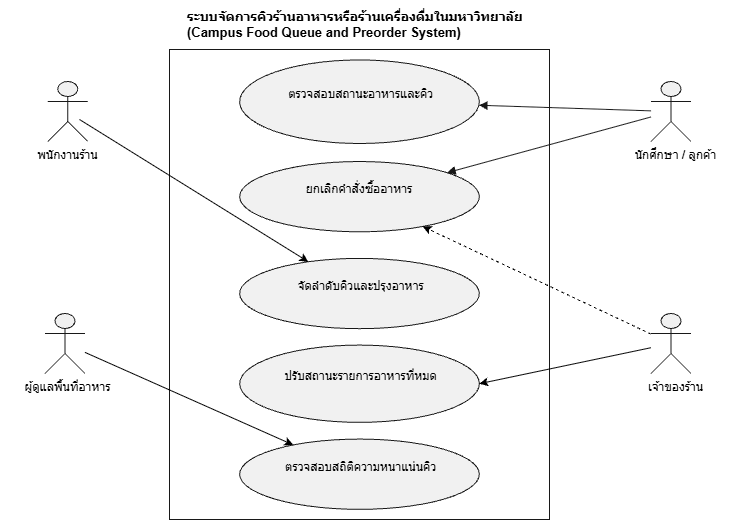
This is diagrams/use-case/06-requirement-models.drawio.png from jirayuwongtom/ENGSE206-Group04-Campus-food-queue-and-preorder, a draw.io export, as it was before one commit. Source tidied: cells renumbered, new cells last; positions are measured from the earlier drawing's top-left corner, leaving out a move shared by most shapes.
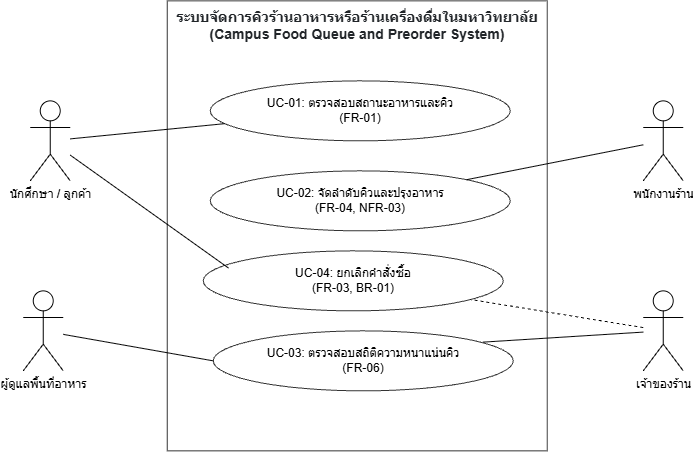
After the change.

Commit message:
docs: update links for use case diagram to include PNG and Drawio formats

What changed in the source:
```diff
@@ -2,73 +2,53 @@
   <root>
     <mxCell id="0" />
     <mxCell id="1" parent="0" />
-    <mxCell id="2" style="group;transparentBounds=1;editIcon=1;lockedGroup=0;groupPadding=10;" parent="1" vertex="1">
-      <mxGeometry x="200" width="616.5" height="600" as="geometry" />
-    </mxCell>
-    <mxCell id="3" style="rounded=0;fillColor=none;strokeColor=#181818;" parent="2" vertex="1">
-      <mxGeometry x="-40" y="120" width="380" height="470" as="geometry" />
-    </mxCell>
-    <mxCell id="4" value=" ตรวจสอบสถานะอาหารและคิว&#10;" style="ellipse;fillColor=#F1F1F1;strokeColor=#181818;whiteSpace=wrap;fontColor=#000000;fontSize=12;" parent="3" vertex="1">
-      <mxGeometry x="70.2" y="10.4" width="239.7" height="83.6" as="geometry" />
-    </mxCell>
-    <mxCell id="5" value="ยกเลิกคำสั่งซื้ออาหาร&#10;" style="ellipse;fillColor=#F1F1F1;strokeColor=#181818;whiteSpace=wrap;fontColor=#000000;fontSize=12;" parent="3" vertex="1">
-      <mxGeometry x="70.2" y="112" width="239.7" height="70.3" as="geometry" />
-    </mxCell>
-    <mxCell id="6" value=" จัดลำดับคิวและปรุงอาหาร&#10;" style="ellipse;fillColor=#F1F1F1;strokeColor=#181818;whiteSpace=wrap;fontColor=#000000;fontSize=12;" parent="3" vertex="1">
-      <mxGeometry x="70.2" y="208.9" width="239.7" height="70.3" as="geometry" />
-    </mxCell>
-    <mxCell id="7" value=" ปรับสถานะรายการอาหารที่หมด&#10;" style="ellipse;fillColor=#F1F1F1;strokeColor=#181818;whiteSpace=wrap;fontColor=#000000;fontSize=12;" parent="3" vertex="1">
-      <mxGeometry x="70.2" y="295.6" width="239.7" height="77.3" as="geometry" />
-    </mxCell>
-    <mxCell id="8" value=" ตรวจสอบสถิติความหนาแน่นคิว&#10;" style="ellipse;fillColor=#F1F1F1;strokeColor=#181818;whiteSpace=wrap;fontColor=#000000;fontSize=12;" parent="3" vertex="1">
-      <mxGeometry x="70.2" y="389.6" width="239.7" height="70.3" as="geometry" />
-    </mxCell>
+    <mxCell id="24" value="&lt;span style=&quot;color: rgba(0, 0, 0, 0); font-family: monospace; font-size: 0px; font-weight: 400; text-align: start; white-space: nowrap;&quot;&gt;%3CmxGraphModel%3E%3Croot%3E%3CmxCell%20id%3D%220%22%2F%3E%3CmxCell%20id%3D%221%22%20parent%3D%220%22%2F%3E%3CmxCell%20id%3D%222%22%20parent%3D%221%22%20style%3D%22text%3Bhtml%3D1%3BwhiteSpace%3Dwrap%3BstrokeColor%3Dnone%3BfillColor%3Dnone%3Balign%3Dcenter%3BverticalAlign%3Dmiddle%3Brounded%3D0%3B%22%20value%3D%22%26lt%3Bspan%20style%3D%26quot%3Bcolor%3A%20rgb(33%2C%2037%2C%2041)%3B%20font-size%3A%2014px%3B%20font-weight%3A%20700%3B%26quot%3B%26gt%3B%E0%B8%A3%E0%B8%B0%E0%B8%9A%E0%B8%9A%E0%B8%88%E0%B8%B1%E0%B8%94%E0%B8%81%E0%B8%B2%E0%B8%A3%E0%B8%84%E0%B8%B4%E0%B8%A7%E0%B8%A3%E0%B9%89%E0%B8%B2%E0%B8%99%E0%B8%AD%E0%B8%B2%E0%B8%AB%E0%B8%B2%E0%B8%A3%E0%B8%AB%E0%B8%A3%E0%B8%B7%E0%B8%AD%E0%B8%A3%E0%B9%89%E0%B8%B2%E0%B8%99%E0%B9%80%E0%B8%84%E0%B8%A3%E0%B8%B7%E0%B9%88%E0%B8%AD%E0%B8%87%E0%B8%94%E0%B8%B7%E0%B9%88%E0%B8%A1%E0%B9%83%E0%B8%99%E0%B8%A1%E0%B8%AB%E0%B8%B2%E0%B8%A7%E0%B8%B4%E0%B8%97%E0%B8%A2%E0%B8%B2%E0%B8%A5%E0%B8%B1%E0%B8%A2%26lt%3B%2Fspan%26gt%3B%26lt%3Bbr%20style%3D%26quot%3Bcolor%3A%20rgb(33%2C%2037%2C%2041)%3B%20font-size%3A%2014px%3B%20font-weight%3A%20700%3B%26quot%3B%26gt%3B%26lt%3Bspan%20style%3D%26quot%3Bcolor%3A%20rgb(33%2C%2037%2C%2041)%3B%20font-size%3A%2014px%3B%20font-weight%3A%20700%3B%26quot%3B%26gt%3B(Campus%20Food%20Queue%20and%20Preorder%20System)%26lt%3B%2Fspan%26gt%3B%22%20vertex%3D%221%22%3E%3CmxGeometry%20height%3D%2230%22%20width%3D%22500%22%20x%3D%22340%22%20y%3D%22230%22%20as%3D%22geometry%22%2F%3E%3C%2FmxCell%3E%3C%2Froot%3E%3C%2FmxGraphModel%3E&lt;/span&gt;&lt;span style=&quot;color: rgba(0, 0, 0, 0); font-family: monospace; font-size: 0px; font-weight: 400; text-align: start; white-space: nowrap;&quot;&gt;%3CmxGraphModel%3E%3Croot%3E%3CmxCell%20id%3D%220%22%2F%3E%3CmxCell%20id%3D%221%22%20parent%3D%220%22%2F%3E%3CmxCell%20id%3D%222%22%20parent%3D%221%22%20style%3D%22text%3Bhtml%3D1%3BwhiteSpace%3Dwrap%3BstrokeColor%3Dnone%3BfillColor%3Dnone%3Balign%3Dcenter%3BverticalAlign%3Dmiddle%3Brounded%3D0%3B%22%20value%3D%22%26lt%3Bspan%20style%3D%26quot%3Bcolor%3A%20rgb(33%2C%2037%2C%2041)%3B%20font-size%3A%2014px%3B%20font-weight%3A%20700%3B%26quot%3B%26gt%3B%E0%B8%A3%E0%B8%B0%E0%B8%9A%E0%B8%9A%E0%B8%88%E0%B8%B1%E0%B8%94%E0%B8%81%E0%B8%B2%E0%B8%A3%E0%B8%84%E0%B8%B4%E0%B8%A7%E0%B8%A3%E0%B9%89%E0%B8%B2%E0%B8%99%E0%B8%AD%E0%B8%B2%E0%B8%AB%E0%B8%B2%E0%B8%A3%E0%B8%AB%E0%B8%A3%E0%B8%B7%E0%B8%AD%E0%B8%A3%E0%B9%89%E0%B8%B2%E0%B8%99%E0%B9%80%E0%B8%84%E0%B8%A3%E0%B8%B7%E0%B9%88%E0%B8%AD%E0%B8%87%E0%B8%94%E0%B8%B7%E0%B9%88%E0%B8%A1%E0%B9%83%E0%B8%99%E0%B8%A1%E0%B8%AB%E0%B8%B2%E0%B8%A7%E0%B8%B4%E0%B8%97%E0%B8%A2%E0%B8%B2%E0%B8%A5%E0%B8%B1%E0%B8%A2%26lt%3B%2Fspan%26gt%3B%26lt%3Bbr%20style%3D%26quot%3Bcolor%3A%20rgb(33%2C%2037%2C%2041)%3B%20font-size%3A%2014px%3B%20font-weight%3A%20700%3B%26quot%3B%26gt%3B%26lt%3Bspan%20style%3D%26quot%3Bcolor%3A%20rgb(33%2C%2037%2C%2041)%3B%20font-size%3A%2014px%3B%20font-weight%3A%20700%3B%26quot%3B%26gt%3B(Campus%20Food%20Queue%20and%20Preorder%20System)%26lt%3B%2Fspan%26gt%3B%22%20vertex%3D%221%22%3E%3CmxGeometry%20height%3D%2230%22%20width%3D%22500%22%20x%3D%22340%22%20y%3D%22230%22%20as%3D%22geometry%22%2F%3E%3C%2FmxCell%3E%3C%2Froot%3E%3C%2FmxGraphModel%3E&lt;/span&gt;" style="shape=rect;html=1;whiteSpace=wrap;align=center;verticalAlign=top;fontStyle=1;fontSize=14;fillColor=#FFFFFF;strokeColor=#333333;dashed=0;" parent="1" vertex="1">
+      <mxGeometry x="428" y="-920" width="380" height="450" as="geometry" />
+    </mxCell>
-    <mxCell id="9" value="ระบบจัดการคิวร้านอาหารหรือร้านเครื่องดื่มในมหาวิทยาลัย&#10;(Campus Food Queue and Preorder System)" style="text;html=1;fillColor=none;strokeColor=none;fontColor=#000000;fontSize=13;fontStyle=1;align=left;verticalAlign=middle;spacingLeft=6;" parent="2" vertex="1">
-      <mxGeometry x="-30" y="80" width="350" height="30" as="geometry" />
+    <mxCell id="9" value="&lt;span style=&quot;color: rgb(33, 37, 41); font-size: 14px; font-weight: 700;&quot;&gt;ระบบจัดการคิวร้านอาหารหรือร้านเครื่องดื่มในมหาวิทยาลัย&lt;/span&gt;&lt;br style=&quot;color: rgb(33, 37, 41); font-size: 14px; font-weight: 700;&quot;&gt;&lt;span style=&quot;color: rgb(33, 37, 41); font-size: 14px; font-weight: 700;&quot;&gt;(Campus Food Queue and Preorder System)&lt;/span&gt;" style="text;html=1;whiteSpace=wrap;strokeColor=none;fillColor=#FFFFFF;align=center;verticalAlign=middle;rounded=0;" parent="1" vertex="1">
+      <mxGeometry x="431" y="-910" width="374" height="30" as="geometry" />
     </mxCell>
-    <mxCell id="10" style="shape=umlActor;html=1;fillColor=#F1F1F1;strokeColor=#181818;fontColor=#000000;fontSize=12;" parent="2" vertex="1">
-      <mxGeometry x="441.5" y="152" width="40" height="60" as="geometry" />
-    </mxCell>
-    <mxCell id="11" value="นักศึกษา / ลูกค้า&lt;div&gt;&lt;br/&gt;&lt;/div&gt;" style="text;html=1;align=center;verticalAlign=top;fontColor=#000000;fontSize=12;" parent="2" vertex="1">
-      <mxGeometry x="400" y="212" width="131.5" height="46" as="geometry" />
+    <mxCell id="11" value="นักศึกษา / ลูกค้า" style="shape=umlActor;verticalLabelPosition=bottom;verticalAlign=top;html=1;outlineConnect=0;fillColor=#FFFFFF;" parent="1" vertex="1">
+      <mxGeometry x="291" y="-820" width="40" height="80" as="geometry" />
     </mxCell>
-    <mxCell id="12" style="shape=umlActor;html=1;fillColor=#F1F1F1;strokeColor=#181818;fontColor=#000000;fontSize=12;" parent="2" vertex="1">
-      <mxGeometry x="-161.8" y="152" width="40" height="60" as="geometry" />
-    </mxCell>
-    <mxCell id="13" value="พนักงานร้าน&lt;div&gt;&lt;br/&gt;&lt;/div&gt;" style="text;html=1;align=center;verticalAlign=top;fontColor=#000000;fontSize=12;" parent="2" vertex="1">
-      <mxGeometry x="-196.2" y="212" width="109" height="40.9" as="geometry" />
+    <mxCell id="13" value="พนักงานร้าน" style="shape=umlActor;verticalLabelPosition=bottom;verticalAlign=top;html=1;outlineConnect=0;fillColor=#FFFFFF;" parent="1" vertex="1">
+      <mxGeometry x="904" y="-820" width="40" height="80" as="geometry" />
     </mxCell>
-    <mxCell id="14" style="rounded=0;jettySize=auto;html=1;entryX=1;entryY=0.5;entryDx=0;entryDy=0;" parent="2" edge="1" source="16" target="7">
-      <mxGeometry relative="1" as="geometry" />
-    </mxCell>
-    <mxCell id="15" style="rounded=0;jettySize=auto;html=1;dashed=1;" parent="2" edge="1" source="16" target="5">
-      <mxGeometry relative="1" as="geometry" />
-    </mxCell>
-    <mxCell id="16" style="shape=umlActor;html=1;fillColor=#F1F1F1;strokeColor=#181818;fontColor=#000000;fontSize=12;" parent="2" vertex="1">
-      <mxGeometry x="441.5" y="384" width="40" height="60" as="geometry" />
-    </mxCell>
-    <mxCell id="17" value="เจ้าของร้าน&lt;div&gt;&lt;br/&gt;&lt;/div&gt;" style="text;html=1;align=center;verticalAlign=top;fontColor=#000000;fontSize=12;" parent="2" vertex="1">
-      <mxGeometry x="411.2" y="444" width="109" height="46" as="geometry" />
+    <mxCell id="17" value="เจ้าของร้าน" style="shape=umlActor;verticalLabelPosition=bottom;verticalAlign=top;html=1;outlineConnect=0;fillColor=#FFFFFF;" parent="1" vertex="1">
+      <mxGeometry x="904" y="-630" width="40" height="80" as="geometry" />
     </mxCell>
-    <mxCell id="18" style="shape=umlActor;html=1;fillColor=#F1F1F1;strokeColor=#181818;fontColor=#000000;fontSize=12;" parent="2" vertex="1">
-      <mxGeometry x="-164.5" y="384" width="40" height="60" as="geometry" />
-    </mxCell>
-    <mxCell id="19" value="ผู้ดูแลพื้นที่อาหาร&lt;div&gt;&lt;br/&gt;&lt;/div&gt;" style="text;html=1;align=center;verticalAlign=top;fontColor=#000000;fontSize=12;" parent="2" vertex="1">
-      <mxGeometry x="-200" y="444" width="116.5" height="40.9" as="geometry" />
+    <mxCell id="19" value="ผู้ดูแลพื้นที่อาหาร" style="shape=umlActor;verticalLabelPosition=bottom;verticalAlign=top;html=1;outlineConnect=0;fillColor=#FFFFFF;" parent="1" vertex="1">
+      <mxGeometry x="284" y="-630" width="40" height="80" as="geometry" />
     </mxCell>
-    <mxCell id="20" style="endArrow=block;endFill=1;strokeColor=#181818;fontColor=#000000;fontSize=11;edgeStyle=none;rounded=0;html=1;" parent="2" edge="1" source="10" target="4">
-      <mxGeometry relative="1" as="geometry" />
-    </mxCell>
-    <mxCell id="21" style="endArrow=block;endFill=1;strokeColor=#181818;fontColor=#000000;fontSize=11;edgeStyle=none;rounded=0;html=1;" parent="2" edge="1" source="10" target="5">
-      <mxGeometry relative="1" as="geometry" />
-    </mxCell>
-    <mxCell id="22" style="rounded=0;jettySize=auto;html=1;" parent="2" edge="1" target="6">
-      <mxGeometry relative="1" as="geometry">
-        <mxPoint x="-130" y="190" as="sourcePoint" />
-      </mxGeometry>
-    </mxCell>
-    <mxCell id="23" style="rounded=0;jettySize=auto;html=1;" parent="2" edge="1" source="18" target="8">
-      <mxGeometry relative="1" as="geometry" />
-    </mxCell>
+    <mxCell id="25" value="UC-01: ตรวจสอบสถานะอาหารและคิว&#10;(FR-01)" style="ellipse;whiteSpace=wrap;html=1;fillColor=#FFFFFF;strokeColor=#333333;" parent="1" vertex="1">
+      <mxGeometry x="471" y="-840" width="300" height="60" as="geometry" />
+    </mxCell>
+    <mxCell id="26" value="UC-04: ยกเลิกคำสั่งซื้อ&#10;(FR-03, BR-01)" style="ellipse;whiteSpace=wrap;html=1;fillColor=#FFFFFF;strokeColor=#333333;" parent="1" vertex="1">
+      <mxGeometry x="464" y="-670" width="300" height="60" as="geometry" />
+    </mxCell>
+    <mxCell id="27" value="UC-02: จัดลำดับคิวและปรุงอาหาร&#10;(FR-04, NFR-03)" style="ellipse;whiteSpace=wrap;html=1;fillColor=#FFFFFF;strokeColor=#333333;" parent="1" vertex="1">
+      <mxGeometry x="471" y="-750" width="300" height="60" as="geometry" />
+    </mxCell>
+    <mxCell id="28" value="UC-03: ตรวจสอบสถิติความหนาแน่นคิว&#10;(FR-06)" style="ellipse;whiteSpace=wrap;html=1;fillColor=#FFFFFF;strokeColor=#333333;" parent="1" vertex="1">
+      <mxGeometry x="474" y="-590" width="300" height="60" as="geometry" />
+    </mxCell>
+    <mxCell id="29" style="endArrow=none;html=1;rounded=0;fillColor=#FFFFFF;" parent="1" edge="1" source="11" target="25">
+      <mxGeometry relative="1" as="geometry" />
+    </mxCell>
+    <mxCell id="30" style="endArrow=none;html=1;rounded=0;entryX=0.084;entryY=0.286;entryDx=0;entryDy=0;entryPerimeter=0;fillColor=#FFFFFF;" parent="1" edge="1" source="11" target="26">
+      <mxGeometry relative="1" as="geometry" />
+    </mxCell>
+    <mxCell id="31" style="endArrow=none;html=1;rounded=0;fillColor=#FFFFFF;" parent="1" edge="1" source="13" target="27">
+      <mxGeometry relative="1" as="geometry" />
+    </mxCell>
+    <mxCell id="32" style="endArrow=none;html=1;rounded=0;dashed=1;fillColor=#FFFFFF;" parent="1" edge="1" source="17" target="26">
+      <mxGeometry relative="1" as="geometry" />
+    </mxCell>
+    <mxCell id="33" style="endArrow=none;html=1;rounded=0;entryX=0.899;entryY=0.188;entryDx=0;entryDy=0;entryPerimeter=0;fillColor=#FFFFFF;" parent="1" edge="1" source="17" target="28">
+      <mxGeometry relative="1" as="geometry" />
+    </mxCell>
+    <mxCell id="34" style="endArrow=none;html=1;rounded=0;entryX=0;entryY=0.5;entryDx=0;entryDy=0;fillColor=#FFFFFF;" parent="1" edge="1" source="19" target="28">
+      <mxGeometry relative="1" as="geometry" />
+    </mxCell>
   </root>
 </mxGraphModel>
```
